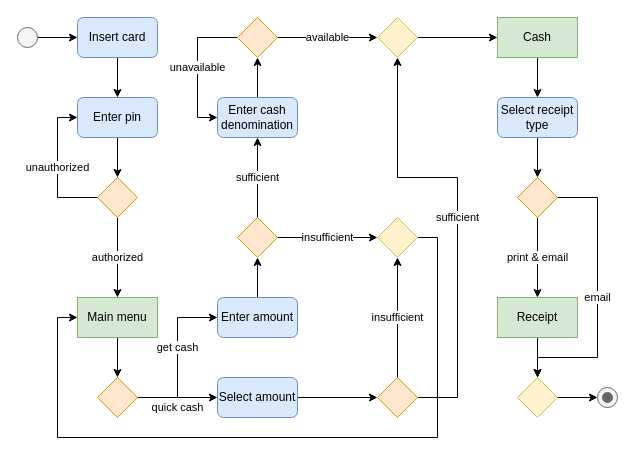
Above: assignments/hw5-6/figure1.drawio in hanggrian/IIT-ITM511 (draw.io), before the change. Source tidied: cells renumbered, new cells numbered last; positions are measured from the earlier drawing's top-left corner, leaving out a move shared by most shapes. Both pictures are drawn from the tidied source at 100%, with x=0, y=0 at pixel (17, 17).
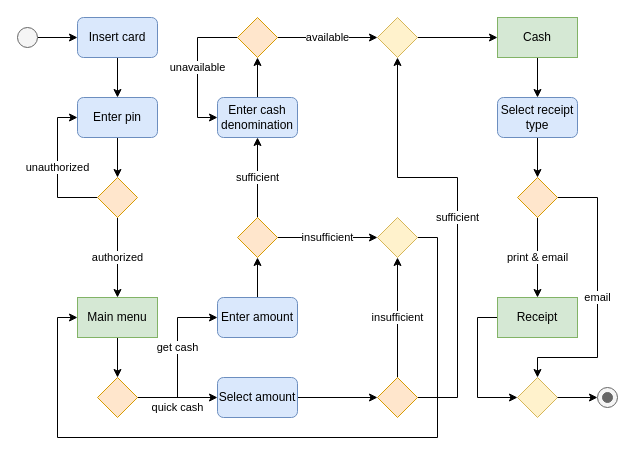
The same page after the edit.

The change refers to these unchanged cells:
```xml
<mxCell id="30" value="Receipt" style="rounded=0;whiteSpace=wrap;html=1;fillColor=#d5e8d4;strokeColor=#82b366;" parent="1" vertex="1">
  <mxGeometry x="480" y="280" width="80" height="40" as="geometry" />
</mxCell>
<mxCell id="42" style="rhombus;whiteSpace=wrap;html=1;shadow=0;fontFamily=Helvetica;fontSize=12;align=center;strokeWidth=1;spacing=6;spacingTop=-4;fillColor=#fff2cc;strokeColor=#d6b656;" parent="1" vertex="1">
  <mxGeometry x="500" y="360" width="40" height="40" as="geometry" />
</mxCell>
```

What changed in the source:
```diff
@@
-    <mxCell id="29" style="edgeStyle=orthogonalEdgeStyle;rounded=0;jettySize=auto;html=1;exitX=0.5;exitY=1;exitDx=0;exitDy=0;entryX=0.5;entryY=0;entryDx=0;entryDy=0;" parent="1" edge="1" source="30" target="42">
+    <mxCell id="29" style="edgeStyle=orthogonalEdgeStyle;rounded=0;jettySize=auto;html=1;exitX=0;exitY=0.5;exitDx=0;exitDy=0;entryX=0;entryY=0.5;entryDx=0;entryDy=0;" parent="1" edge="1" source="30" target="42">
       <mxGeometry relative="1" as="geometry" />
     </mxCell>
```
